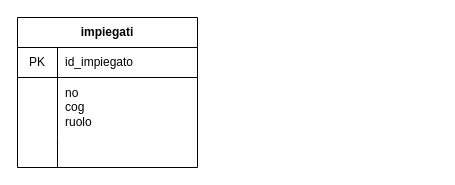
Before: Untitled Diagram.drawio in giuliacangani02/AgenziaViaggio, a draw.io diagram. Source tidied: cells renumbered, new cells numbered last; positions are measured from the earlier drawing's top-left corner, leaving out a move shared by most shapes. Both pictures are drawn from the tidied source at 100%, with x=0, y=0 at pixel (17, 17).
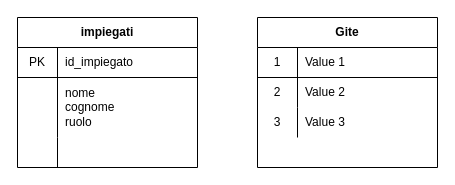
The same page after the edit.

Unchanged cells that the change refers to:
```xml
<mxCell id="6" style="shape=partialRectangle;html=1;whiteSpace=wrap;fillColor=none;top=0;left=0;bottom=0;right=0;" parent="2" vertex="1">
  <mxGeometry y="60" width="180" height="60" as="geometry" />
</mxCell>
```

The edit, as a diff of the source:
```diff
@@
-    <mxCell id="8" value="no&lt;br&gt; cog&lt;br&gt;ruolo&lt;br&gt;" style="shape=partialRectangle;html=1;whiteSpace=wrap;fillColor=none;top=0;left=0;bottom=0;right=0;align=left;spacingLeft=6;overflow=hidden;" parent="6" vertex="1">
+    <mxCell id="8" value="nome&lt;br&gt; cognome&lt;br&gt;ruolo" style="shape=partialRectangle;html=1;whiteSpace=wrap;fillColor=none;top=0;left=0;bottom=0;right=0;align=left;spacingLeft=6;overflow=hidden;" parent="6" vertex="1">
       <mxGeometry x="40" width="140" height="60" as="geometry" />
     </mxCell>
@@
+    <mxCell id="12" value="Gite" style="shape=table;html=1;whiteSpace=wrap;startSize=30;childLayout=tableLayout;rowLines=0;fontStyle=1;align=center;" parent="1" vertex="1">
+      <mxGeometry x="240" width="180" height="150" as="geometry" />
+    </mxCell>
+    <mxCell id="13" style="shape=partialRectangle;html=1;whiteSpace=wrap;fillColor=none;top=0;left=0;bottom=1;right=0;" parent="12" vertex="1">
+      <mxGeometry y="30" width="180" height="30" as="geometry" />
+    </mxCell>
+    <mxCell id="14" value="1" style="shape=partialRectangle;html=1;whiteSpace=wrap;fillColor=none;top=0;left=0;bottom=0;right=0;overflow=hidden;" parent="13" vertex="1">
+      <mxGeometry width="40" height="30" as="geometry" />
+    </mxCell>
+    <mxCell id="15" value="Value 1" style="shape=partialRectangle;html=1;whiteSpace=wrap;fillColor=none;top=0;left=0;bottom=0;right=0;align=left;spacingLeft=6;overflow=hidden;" parent="13" vertex="1">
+      <mxGeometry x="40" width="140" height="30" as="geometry" />
+    </mxCell>
+    <mxCell id="16" style="shape=partialRectangle;html=1;whiteSpace=wrap;fillColor=none;top=0;left=0;bottom=0;right=0;" parent="12" vertex="1">
+      <mxGeometry y="60" width="180" height="30" as="geometry" />
+    </mxCell>
+    <mxCell id="17" value="2" style="shape=partialRectangle;html=1;whiteSpace=wrap;fillColor=none;top=0;left=0;bottom=0;right=0;overflow=hidden;" parent="16" vertex="1">
+      <mxGeometry width="40" height="30" as="geometry" />
+    </mxCell>
+    <mxCell id="18" value="Value 2" style="shape=partialRectangle;html=1;whiteSpace=wrap;fillColor=none;top=0;left=0;bottom=0;right=0;align=left;spacingLeft=6;overflow=hidden;" parent="16" vertex="1">
+      <mxGeometry x="40" width="140" height="30" as="geometry" />
+    </mxCell>
+    <mxCell id="19" style="shape=partialRectangle;html=1;whiteSpace=wrap;fillColor=none;top=0;left=0;bottom=0;right=0;" parent="12" vertex="1">
+      <mxGeometry y="90" width="180" height="30" as="geometry" />
+    </mxCell>
+    <mxCell id="20" value="3" style="shape=partialRectangle;html=1;whiteSpace=wrap;fillColor=none;top=0;left=0;bottom=0;right=0;overflow=hidden;" parent="19" vertex="1">
+      <mxGeometry width="40" height="30" as="geometry" />
+    </mxCell>
+    <mxCell id="21" value="Value 3" style="shape=partialRectangle;html=1;whiteSpace=wrap;fillColor=none;top=0;left=0;bottom=0;right=0;align=left;spacingLeft=6;overflow=hidden;" parent="19" vertex="1">
+      <mxGeometry x="40" width="140" height="30" as="geometry" />
+    </mxCell>
```
